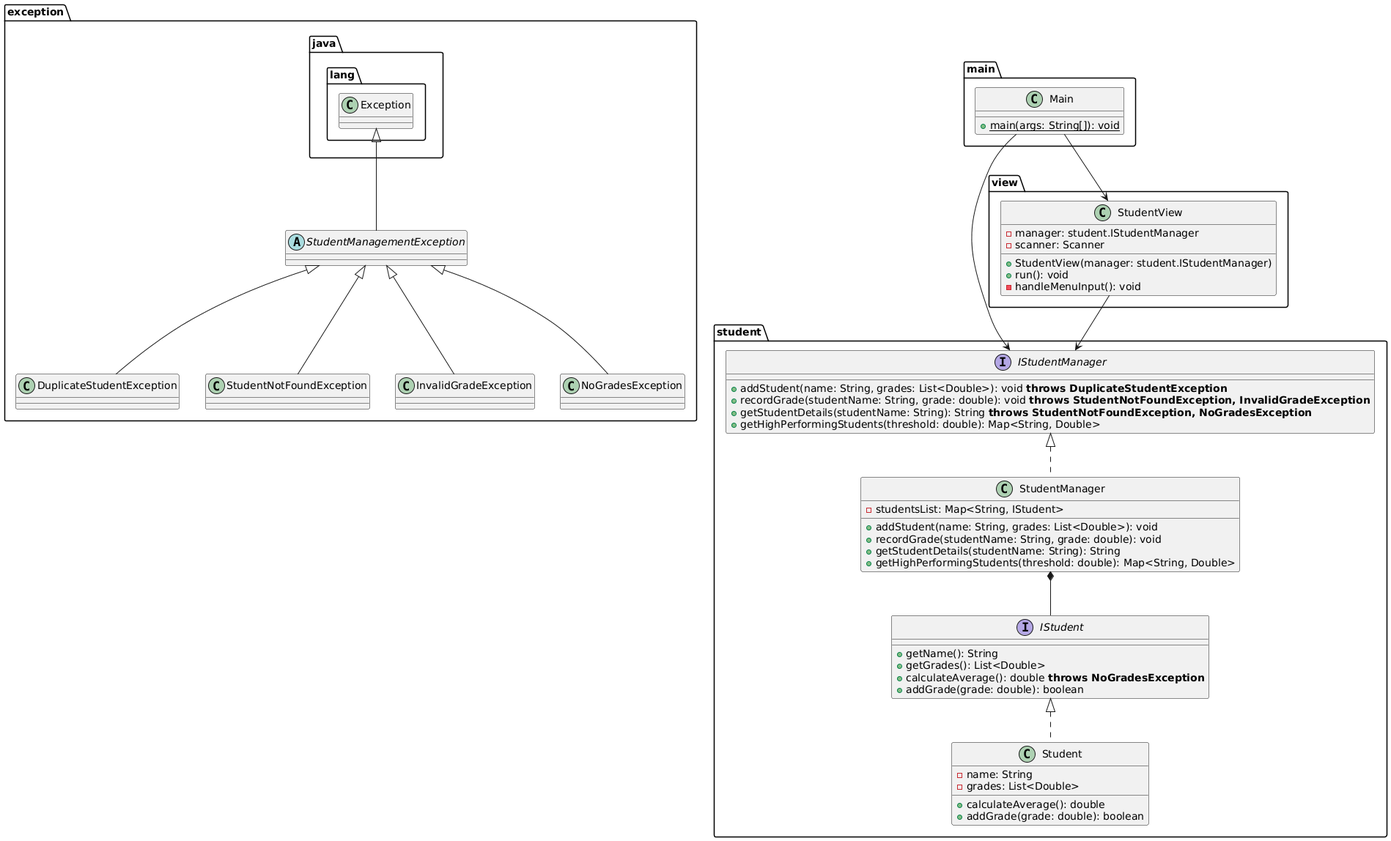
javier-espada/student-management keeps this PlantUML diagram as assets/uml.png. Above is the earlier version.
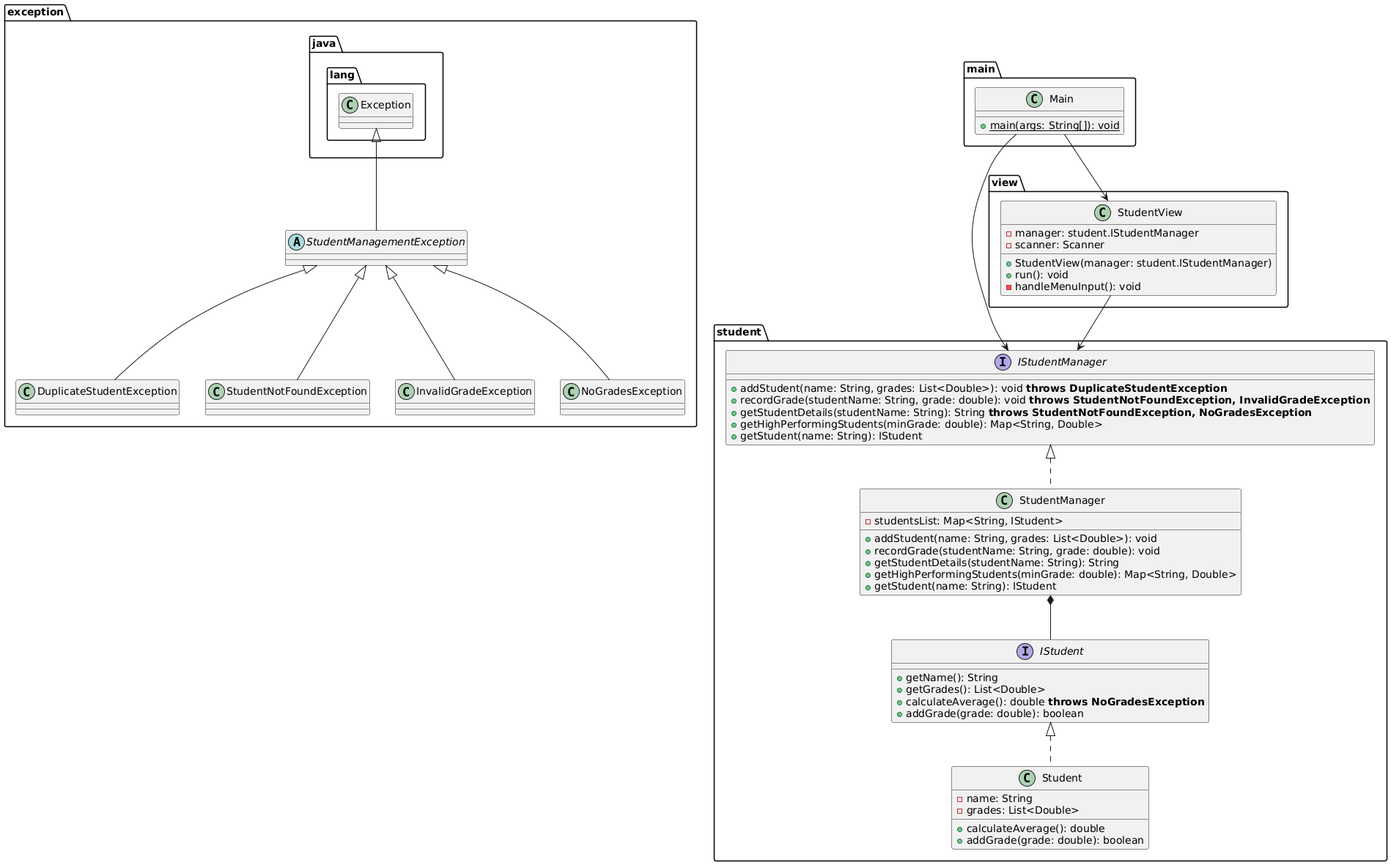
After the commit.

Commit message:
docs: updated uml diagram

Change to the diagram source:
```diff
@@ -26,7 +26,8 @@
         + addStudent(name: String, grades: List<Double>): void **throws DuplicateStudentException**
         + recordGrade(studentName: String, grade: double): void **throws StudentNotFoundException, InvalidGradeException**
         + getStudentDetails(studentName: String): String **throws StudentNotFoundException, NoGradesException**
-        + getHighPerformingStudents(threshold: double): Map<String, Double>
+        + getHighPerformingStudents(minGrade: double): Map<String, Double>
+        + getStudent(name: String): IStudent
     }
 
     class StudentManager implements IStudentManager {
@@ -34,7 +35,8 @@
         + addStudent(name: String, grades: List<Double>): void
         + recordGrade(studentName: String, grade: double): void
         + getStudentDetails(studentName: String): String
-        + getHighPerformingStudents(threshold: double): Map<String, Double>
+        + getHighPerformingStudents(minGrade: double): Map<String, Double>
+        + getStudent(name: String): IStudent
     }
 }
 
```
